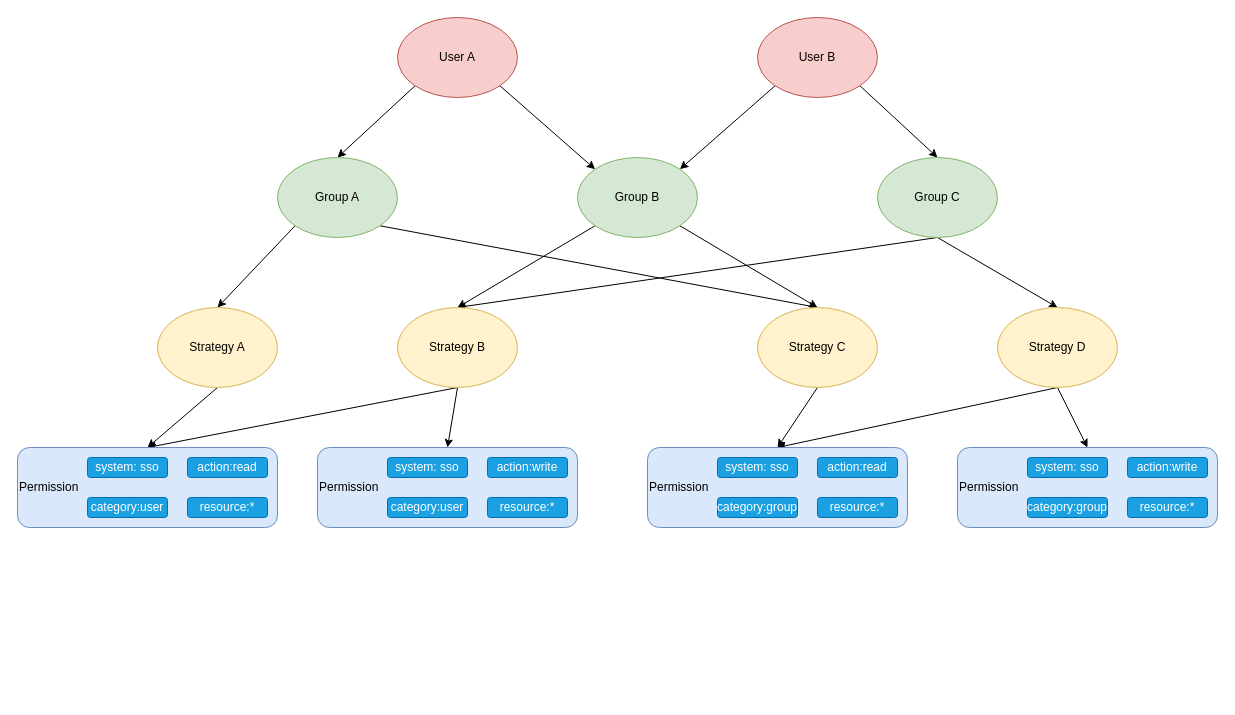
Before: ABAC.drawio in dosjia/chart, a draw.io diagram. Source tidied: cells renumbered, new cells numbered last; positions are measured from the earlier drawing's top-left corner, leaving out a move shared by most shapes. Both pictures are drawn from the tidied source at 100%, with x=0, y=0 at pixel (17, 17).
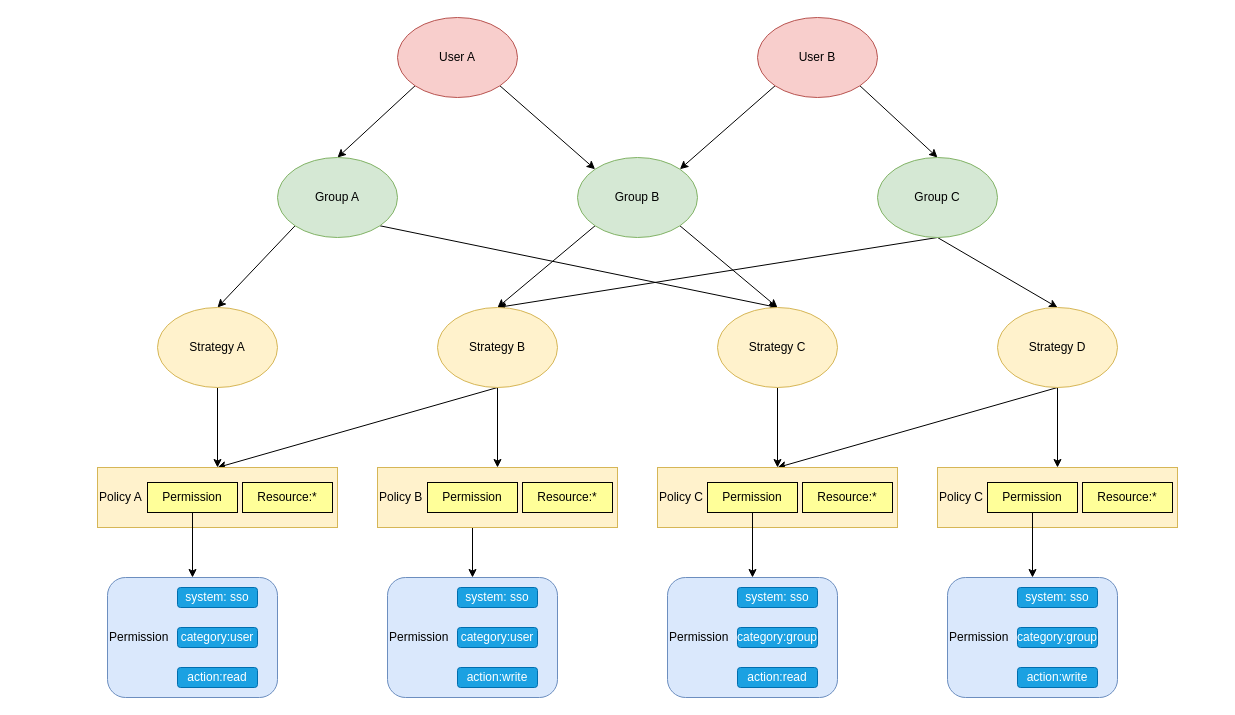
The same diagram, later.

The change refers to these unchanged cells:
```xml
<mxCell id="18" value="Strategy A" style="ellipse;whiteSpace=wrap;html=1;fillColor=#fff2cc;strokeColor=#d6b656;" parent="1" vertex="1">
  <mxGeometry x="140" y="290" width="120" height="80" as="geometry" />
</mxCell>
<mxCell id="26" value="Strategy D" style="ellipse;whiteSpace=wrap;html=1;fillColor=#fff2cc;strokeColor=#d6b656;" parent="1" vertex="1">
  <mxGeometry x="980" y="290" width="120" height="80" as="geometry" />
</mxCell>
```

What changed in the source:
```diff
@@
-    <mxCell id="17" style="edgeStyle=none;rounded=0;jettySize=auto;html=1;exitX=0.5;exitY=1;exitDx=0;exitDy=0;entryX=0.5;entryY=0;entryDx=0;entryDy=0;" parent="1" edge="1" source="18" target="28">
+    <mxCell id="17" style="edgeStyle=none;rounded=0;jettySize=auto;html=1;exitX=0.5;exitY=1;exitDx=0;exitDy=0;entryX=0.5;entryY=0;entryDx=0;entryDy=0;" parent="1" edge="1" source="18" target="53">
       <mxGeometry relative="1" as="geometry" />
     </mxCell>
@@
-    <mxCell id="19" style="edgeStyle=none;rounded=0;jettySize=auto;html=1;exitX=0.5;exitY=1;exitDx=0;exitDy=0;" parent="1" edge="1" source="21">
-      <mxGeometry relative="1" as="geometry">
-        <mxPoint x="130" y="430" as="targetPoint" />
-      </mxGeometry>
+    <mxCell id="19" style="edgeStyle=none;rounded=0;jettySize=auto;html=1;exitX=0.5;exitY=1;exitDx=0;exitDy=0;entryX=0.5;entryY=0;entryDx=0;entryDy=0;" parent="1" edge="1" source="21" target="53">
+      <mxGeometry relative="1" as="geometry" />
     </mxCell>
-    <mxCell id="20" style="edgeStyle=none;rounded=0;jettySize=auto;html=1;exitX=0.5;exitY=1;exitDx=0;exitDy=0;entryX=0.5;entryY=0;entryDx=0;entryDy=0;" parent="1" edge="1" source="21" target="34">
+    <mxCell id="20" style="edgeStyle=none;rounded=0;jettySize=auto;html=1;exitX=0.5;exitY=1;exitDx=0;exitDy=0;entryX=0.5;entryY=0;entryDx=0;entryDy=0;" parent="1" edge="1" source="59" target="63">
       <mxGeometry relative="1" as="geometry" />
     </mxCell>
+    <mxCell id="51" style="edgeStyle=none;rounded=0;jettySize=auto;html=1;exitX=0.5;exitY=1;exitDx=0;exitDy=0;entryX=0.5;entryY=0;entryDx=0;entryDy=0;" parent="1" edge="1" source="21" target="58">
+      <mxGeometry relative="1" as="geometry" />
+    </mxCell>
     <mxCell id="21" value="Strategy B" style="ellipse;whiteSpace=wrap;html=1;fillColor=#fff2cc;strokeColor=#d6b656;" parent="1" vertex="1">
-      <mxGeometry x="380" y="290" width="120" height="80" as="geometry" />
+      <mxGeometry x="420" y="290" width="120" height="80" as="geometry" />
     </mxCell>
-    <mxCell id="22" style="edgeStyle=none;rounded=0;jettySize=auto;html=1;exitX=0.5;exitY=1;exitDx=0;exitDy=0;entryX=0.5;entryY=0;entryDx=0;entryDy=0;" parent="1" edge="1" source="23" target="40">
+    <mxCell id="22" style="edgeStyle=none;rounded=0;jettySize=auto;html=1;exitX=0.5;exitY=1;exitDx=0;exitDy=0;entryX=0.5;entryY=0;entryDx=0;entryDy=0;" parent="1" edge="1" source="23" target="76">
       <mxGeometry relative="1" as="geometry" />
     </mxCell>
     <mxCell id="23" value="Strategy C" style="ellipse;whiteSpace=wrap;html=1;fillColor=#fff2cc;strokeColor=#d6b656;" parent="1" vertex="1">
-      <mxGeometry x="740" y="290" width="120" height="80" as="geometry" />
+      <mxGeometry x="700" y="290" width="120" height="80" as="geometry" />
     </mxCell>
-    <mxCell id="24" style="edgeStyle=none;rounded=0;jettySize=auto;html=1;exitX=0.5;exitY=1;exitDx=0;exitDy=0;" parent="1" edge="1" source="26">
-      <mxGeometry relative="1" as="geometry">
-        <mxPoint x="760" y="430" as="targetPoint" />
-      </mxGeometry>
+    <mxCell id="24" style="edgeStyle=none;rounded=0;jettySize=auto;html=1;exitX=0.5;exitY=1;exitDx=0;exitDy=0;entryX=0.5;entryY=0;entryDx=0;entryDy=0;" parent="1" edge="1" source="26" target="76">
+      <mxGeometry relative="1" as="geometry" />
     </mxCell>
-    <mxCell id="25" style="edgeStyle=none;rounded=0;jettySize=auto;html=1;exitX=0.5;exitY=1;exitDx=0;exitDy=0;entryX=0.5;entryY=0;entryDx=0;entryDy=0;" parent="1" edge="1" source="26" target="46">
+    <mxCell id="25" style="edgeStyle=none;rounded=0;jettySize=auto;html=1;exitX=0.5;exitY=1;exitDx=0;exitDy=0;entryX=0.5;entryY=0;entryDx=0;entryDy=0;" parent="1" edge="1" source="26" target="81">
       <mxGeometry relative="1" as="geometry" />
     </mxCell>
@@
-    <mxCell id="27" style="group;" parent="1" vertex="1">
-      <mxGeometry y="430" width="260" height="80" as="geometry" />
-    </mxCell>
+    <mxCell id="52" style="group;" parent="1" vertex="1">
+      <mxGeometry x="80" y="450" width="240" height="60" as="geometry" />
+    </mxCell>
+    <mxCell id="53" value="Policy A" style="rounded=0;whiteSpace=wrap;html=1;align=left;fillColor=#fff2cc;strokeColor=#d6b656;" parent="52" vertex="1">
+      <mxGeometry width="240" height="60" as="geometry" />
+    </mxCell>
+    <mxCell id="54" value="&lt;div&gt;Permission&lt;/div&gt;" style="rounded=0;whiteSpace=wrap;html=1;fillColor=#FFFF99;" parent="52" vertex="1">
+      <mxGeometry x="50" y="15" width="90" height="30" as="geometry" />
+    </mxCell>
+    <mxCell id="55" value="Resource:*" style="rounded=0;whiteSpace=wrap;html=1;fillColor=#FFFF99;" parent="52" vertex="1">
+      <mxGeometry x="145" y="15" width="90" height="30" as="geometry" />
+    </mxCell>
+    <mxCell id="56" style="edgeStyle=none;rounded=0;jettySize=auto;html=1;exitX=0.5;exitY=1;exitDx=0;exitDy=0;entryX=0.5;entryY=0;entryDx=0;entryDy=0;" parent="1" edge="1" source="54" target="28">
+      <mxGeometry relative="1" as="geometry" />
+    </mxCell>
+    <mxCell id="57" style="group;" parent="1" vertex="1">
+      <mxGeometry x="360" y="450" width="240" height="60" as="geometry" />
+    </mxCell>
+    <mxCell id="58" value="Policy B" style="rounded=0;whiteSpace=wrap;html=1;align=left;fillColor=#fff2cc;strokeColor=#d6b656;" parent="57" vertex="1">
+      <mxGeometry width="240" height="60" as="geometry" />
+    </mxCell>
+    <mxCell id="59" value="&lt;div&gt;Permission&lt;/div&gt;" style="rounded=0;whiteSpace=wrap;html=1;fillColor=#FFFF99;" parent="57" vertex="1">
+      <mxGeometry x="50" y="15" width="90" height="30" as="geometry" />
+    </mxCell>
+    <mxCell id="60" value="Resource:*" style="rounded=0;whiteSpace=wrap;html=1;fillColor=#FFFF99;" parent="57" vertex="1">
+      <mxGeometry x="145" y="15" width="90" height="30" as="geometry" />
+    </mxCell>
+    <mxCell id="61" style="group;" parent="1" vertex="1">
+      <mxGeometry x="90" y="560" width="170" height="120" as="geometry" />
+    </mxCell>
-    <mxCell id="28" value="Permission" style="rounded=1;whiteSpace=wrap;html=1;align=left;fillColor=#dae8fc;strokeColor=#6c8ebf;" parent="27" vertex="1">
-      <mxGeometry width="260" height="80" as="geometry" />
+    <mxCell id="28" value="Permission" style="rounded=1;whiteSpace=wrap;html=1;align=left;fillColor=#dae8fc;strokeColor=#6c8ebf;" parent="61" vertex="1">
+      <mxGeometry width="170" height="120" as="geometry" />
     </mxCell>
-    <mxCell id="29" value="action:read" style="rounded=1;whiteSpace=wrap;html=1;fillColor=#1ba1e2;fontColor=#ffffff;strokeColor=#006EAF;" parent="27" vertex="1">
-      <mxGeometry x="170" y="10" width="80" height="20" as="geometry" />
+    <mxCell id="29" value="action:read" style="rounded=1;whiteSpace=wrap;html=1;fillColor=#1ba1e2;fontColor=#ffffff;strokeColor=#006EAF;" parent="61" vertex="1">
+      <mxGeometry x="70" y="90" width="80" height="20" as="geometry" />
     </mxCell>
-    <mxCell id="30" value="system: sso" style="rounded=1;whiteSpace=wrap;html=1;fillColor=#1ba1e2;fontColor=#ffffff;strokeColor=#006EAF;" parent="27" vertex="1">
+    <mxCell id="30" value="system: sso" style="rounded=1;whiteSpace=wrap;html=1;fillColor=#1ba1e2;fontColor=#ffffff;strokeColor=#006EAF;" parent="61" vertex="1">
       <mxGeometry x="70" y="10" width="80" height="20" as="geometry" />
     </mxCell>
-    <mxCell id="31" value="category:user" style="rounded=1;whiteSpace=wrap;html=1;fillColor=#1ba1e2;fontColor=#ffffff;strokeColor=#006EAF;" parent="27" vertex="1">
+    <mxCell id="31" value="category:user" style="rounded=1;whiteSpace=wrap;html=1;fillColor=#1ba1e2;fontColor=#ffffff;strokeColor=#006EAF;" parent="61" vertex="1">
       <mxGeometry x="70" y="50" width="80" height="20" as="geometry" />
     </mxCell>
-    <mxCell id="32" value="resource:*" style="rounded=1;whiteSpace=wrap;html=1;fillColor=#1ba1e2;fontColor=#ffffff;strokeColor=#006EAF;" parent="27" vertex="1">
-      <mxGeometry x="170" y="50" width="80" height="20" as="geometry" />
-    </mxCell>
-    <mxCell id="33" style="group;" parent="1" vertex="1">
-      <mxGeometry x="300" y="430" width="260" height="80" as="geometry" />
-    </mxCell>
-    <mxCell id="34" value="Permission" style="rounded=1;whiteSpace=wrap;html=1;align=left;fillColor=#dae8fc;strokeColor=#6c8ebf;" parent="33" vertex="1">
-      <mxGeometry width="260" height="80" as="geometry" />
-    </mxCell>
-    <mxCell id="35" value="action:write" style="rounded=1;whiteSpace=wrap;html=1;fillColor=#1ba1e2;fontColor=#ffffff;strokeColor=#006EAF;" parent="33" vertex="1">
-      <mxGeometry x="170" y="10" width="80" height="20" as="geometry" />
-    </mxCell>
-    <mxCell id="36" value="system: sso" style="rounded=1;whiteSpace=wrap;html=1;fillColor=#1ba1e2;fontColor=#ffffff;strokeColor=#006EAF;" parent="33" vertex="1">
-      <mxGeometry x="70" y="10" width="80" height="20" as="geometry" />
-    </mxCell>
+    <mxCell id="62" style="group;" parent="1" vertex="1">
+      <mxGeometry x="370" y="560" width="170" height="120" as="geometry" />
+    </mxCell>
+    <mxCell id="63" value="Permission" style="rounded=1;whiteSpace=wrap;html=1;align=left;fillColor=#dae8fc;strokeColor=#6c8ebf;" parent="62" vertex="1">
+      <mxGeometry width="170" height="120" as="geometry" />
+    </mxCell>
+    <mxCell id="64" value="action:write" style="rounded=1;whiteSpace=wrap;html=1;fillColor=#1ba1e2;fontColor=#ffffff;strokeColor=#006EAF;" parent="62" vertex="1">
+      <mxGeometry x="70" y="90" width="80" height="20" as="geometry" />
+    </mxCell>
+    <mxCell id="65" value="system: sso" style="rounded=1;whiteSpace=wrap;html=1;fillColor=#1ba1e2;fontColor=#ffffff;strokeColor=#006EAF;" parent="62" vertex="1">
+      <mxGeometry x="70" y="10" width="80" height="20" as="geometry" />
+    </mxCell>
-    <mxCell id="37" value="category:user" style="rounded=1;whiteSpace=wrap;html=1;fillColor=#1ba1e2;fontColor=#ffffff;strokeColor=#006EAF;" parent="33" vertex="1">
+    <mxCell id="37" value="category:user" style="rounded=1;whiteSpace=wrap;html=1;fillColor=#1ba1e2;fontColor=#ffffff;strokeColor=#006EAF;" parent="62" vertex="1">
       <mxGeometry x="70" y="50" width="80" height="20" as="geometry" />
     </mxCell>
-    <mxCell id="38" value="resource:*" style="rounded=1;whiteSpace=wrap;html=1;fillColor=#1ba1e2;fontColor=#ffffff;strokeColor=#006EAF;" parent="33" vertex="1">
-      <mxGeometry x="170" y="50" width="80" height="20" as="geometry" />
-    </mxCell>
-    <mxCell id="39" style="group;" parent="1" vertex="1">
-      <mxGeometry x="630" y="430" width="260" height="80" as="geometry" />
-    </mxCell>
-    <mxCell id="40" value="Permission" style="rounded=1;whiteSpace=wrap;html=1;align=left;fillColor=#dae8fc;strokeColor=#6c8ebf;" parent="39" vertex="1">
-      <mxGeometry width="260" height="80" as="geometry" />
-    </mxCell>
+    <mxCell id="66" style="group;" parent="1" vertex="1">
+      <mxGeometry x="650" y="560" width="170" height="120" as="geometry" />
+    </mxCell>
+    <mxCell id="67" value="Permission" style="rounded=1;whiteSpace=wrap;html=1;align=left;fillColor=#dae8fc;strokeColor=#6c8ebf;" parent="66" vertex="1">
+      <mxGeometry width="170" height="120" as="geometry" />
+    </mxCell>
-    <mxCell id="41" value="action:read" style="rounded=1;whiteSpace=wrap;html=1;fillColor=#1ba1e2;fontColor=#ffffff;strokeColor=#006EAF;" parent="39" vertex="1">
-      <mxGeometry x="170" y="10" width="80" height="20" as="geometry" />
+    <mxCell id="41" value="action:read" style="rounded=1;whiteSpace=wrap;html=1;fillColor=#1ba1e2;fontColor=#ffffff;strokeColor=#006EAF;" parent="66" vertex="1">
+      <mxGeometry x="70" y="90" width="80" height="20" as="geometry" />
     </mxCell>
-    <mxCell id="42" value="system: sso" style="rounded=1;whiteSpace=wrap;html=1;fillColor=#1ba1e2;fontColor=#ffffff;strokeColor=#006EAF;" parent="39" vertex="1">
-      <mxGeometry x="70" y="10" width="80" height="20" as="geometry" />
-    </mxCell>
-    <mxCell id="43" value="category:group" style="rounded=1;whiteSpace=wrap;html=1;fillColor=#1ba1e2;fontColor=#ffffff;strokeColor=#006EAF;" parent="39" vertex="1">
-      <mxGeometry x="70" y="50" width="80" height="20" as="geometry" />
-    </mxCell>
-    <mxCell id="44" value="resource:*" style="rounded=1;whiteSpace=wrap;html=1;fillColor=#1ba1e2;fontColor=#ffffff;strokeColor=#006EAF;" parent="39" vertex="1">
-      <mxGeometry x="170" y="50" width="80" height="20" as="geometry" />
-    </mxCell>
-    <mxCell id="45" style="group;" parent="1" vertex="1">
-      <mxGeometry x="940" y="430" width="260" height="80" as="geometry" />
-    </mxCell>
-    <mxCell id="46" value="Permission" style="rounded=1;whiteSpace=wrap;html=1;align=left;fillColor=#dae8fc;strokeColor=#6c8ebf;" parent="45" vertex="1">
-      <mxGeometry width="260" height="80" as="geometry" />
-    </mxCell>
-    <mxCell id="47" value="action:write" style="rounded=1;whiteSpace=wrap;html=1;fillColor=#1ba1e2;fontColor=#ffffff;strokeColor=#006EAF;" parent="45" vertex="1">
-      <mxGeometry x="170" y="10" width="80" height="20" as="geometry" />
-    </mxCell>
-    <mxCell id="48" value="system: sso" style="rounded=1;whiteSpace=wrap;html=1;fillColor=#1ba1e2;fontColor=#ffffff;strokeColor=#006EAF;" parent="45" vertex="1">
-      <mxGeometry x="70" y="10" width="80" height="20" as="geometry" />
-    </mxCell>
-    <mxCell id="49" value="category:group" style="rounded=1;whiteSpace=wrap;html=1;fillColor=#1ba1e2;fontColor=#ffffff;strokeColor=#006EAF;" parent="45" vertex="1">
-      <mxGeometry x="70" y="50" width="80" height="20" as="geometry" />
-    </mxCell>
-    <mxCell id="50" value="resource:*" style="rounded=1;whiteSpace=wrap;html=1;fillColor=#1ba1e2;fontColor=#ffffff;strokeColor=#006EAF;" parent="45" vertex="1">
-      <mxGeometry x="170" y="50" width="80" height="20" as="geometry" />
-    </mxCell>
+    <mxCell id="68" value="system: sso" style="rounded=1;whiteSpace=wrap;html=1;fillColor=#1ba1e2;fontColor=#ffffff;strokeColor=#006EAF;" parent="66" vertex="1">
+      <mxGeometry x="70" y="10" width="80" height="20" as="geometry" />
+    </mxCell>
+    <mxCell id="69" value="category:group" style="rounded=1;whiteSpace=wrap;html=1;fillColor=#1ba1e2;fontColor=#ffffff;strokeColor=#006EAF;" parent="66" vertex="1">
+      <mxGeometry x="70" y="50" width="80" height="20" as="geometry" />
+    </mxCell>
+    <mxCell id="70" style="group;" parent="1" vertex="1">
+      <mxGeometry x="930" y="560" width="170" height="120" as="geometry" />
+    </mxCell>
+    <mxCell id="71" value="Permission" style="rounded=1;whiteSpace=wrap;html=1;align=left;fillColor=#dae8fc;strokeColor=#6c8ebf;" parent="70" vertex="1">
+      <mxGeometry width="170" height="120" as="geometry" />
+    </mxCell>
+    <mxCell id="72" value="action:write" style="rounded=1;whiteSpace=wrap;html=1;fillColor=#1ba1e2;fontColor=#ffffff;strokeColor=#006EAF;" parent="70" vertex="1">
+      <mxGeometry x="70" y="90" width="80" height="20" as="geometry" />
+    </mxCell>
+    <mxCell id="73" value="system: sso" style="rounded=1;whiteSpace=wrap;html=1;fillColor=#1ba1e2;fontColor=#ffffff;strokeColor=#006EAF;" parent="70" vertex="1">
+      <mxGeometry x="70" y="10" width="80" height="20" as="geometry" />
+    </mxCell>
+    <mxCell id="74" value="category:group" style="rounded=1;whiteSpace=wrap;html=1;fillColor=#1ba1e2;fontColor=#ffffff;strokeColor=#006EAF;" parent="70" vertex="1">
+      <mxGeometry x="70" y="50" width="80" height="20" as="geometry" />
+    </mxCell>
+    <mxCell id="75" style="group;" parent="1" vertex="1">
+      <mxGeometry x="640" y="450" width="240" height="60" as="geometry" />
+    </mxCell>
+    <mxCell id="76" value="Policy C" style="rounded=0;whiteSpace=wrap;html=1;align=left;fillColor=#fff2cc;strokeColor=#d6b656;" parent="75" vertex="1">
+      <mxGeometry width="240" height="60" as="geometry" />
+    </mxCell>
+    <mxCell id="77" value="&lt;div&gt;Permission&lt;/div&gt;" style="rounded=0;whiteSpace=wrap;html=1;fillColor=#FFFF99;" parent="75" vertex="1">
+      <mxGeometry x="50" y="15" width="90" height="30" as="geometry" />
+    </mxCell>
+    <mxCell id="78" value="Resource:*" style="rounded=0;whiteSpace=wrap;html=1;fillColor=#FFFF99;" parent="75" vertex="1">
+      <mxGeometry x="145" y="15" width="90" height="30" as="geometry" />
+    </mxCell>
+    <mxCell id="79" style="edgeStyle=none;rounded=0;jettySize=auto;html=1;exitX=0.5;exitY=1;exitDx=0;exitDy=0;entryX=0.5;entryY=0;entryDx=0;entryDy=0;" parent="1" edge="1" source="77" target="67">
+      <mxGeometry relative="1" as="geometry" />
+    </mxCell>
+    <mxCell id="80" style="group;" parent="1" vertex="1">
+      <mxGeometry x="920" y="450" width="240" height="60" as="geometry" />
+    </mxCell>
+    <mxCell id="81" value="Policy C" style="rounded=0;whiteSpace=wrap;html=1;align=left;fillColor=#fff2cc;strokeColor=#d6b656;" parent="80" vertex="1">
+      <mxGeometry width="240" height="60" as="geometry" />
+    </mxCell>
+    <mxCell id="82" value="&lt;div&gt;Permission&lt;/div&gt;" style="rounded=0;whiteSpace=wrap;html=1;fillColor=#FFFF99;" parent="80" vertex="1">
+      <mxGeometry x="50" y="15" width="90" height="30" as="geometry" />
+    </mxCell>
+    <mxCell id="83" value="Resource:*" style="rounded=0;whiteSpace=wrap;html=1;fillColor=#FFFF99;" parent="80" vertex="1">
+      <mxGeometry x="145" y="15" width="90" height="30" as="geometry" />
+    </mxCell>
+    <mxCell id="84" style="edgeStyle=none;rounded=0;jettySize=auto;html=1;exitX=0.5;exitY=1;exitDx=0;exitDy=0;entryX=0.5;entryY=0;entryDx=0;entryDy=0;" parent="1" edge="1" source="82" target="71">
+      <mxGeometry relative="1" as="geometry" />
+    </mxCell>
```
